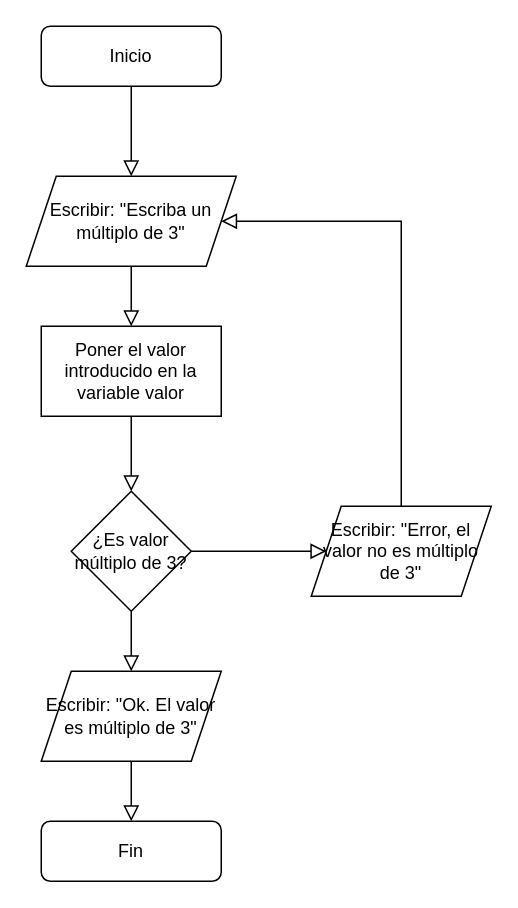
The draw.io diagram Diagramas de flujo/escribirMultiplo.drawio in Patriesc/LosBucles, before the edit. Source tidied: cells renumbered, new cells numbered last; positions are measured from the earlier drawing's top-left corner, leaving out a move shared by most shapes. Both pictures are drawn from the tidied source at 150%, with x=0, y=0 at pixel (26, 26).
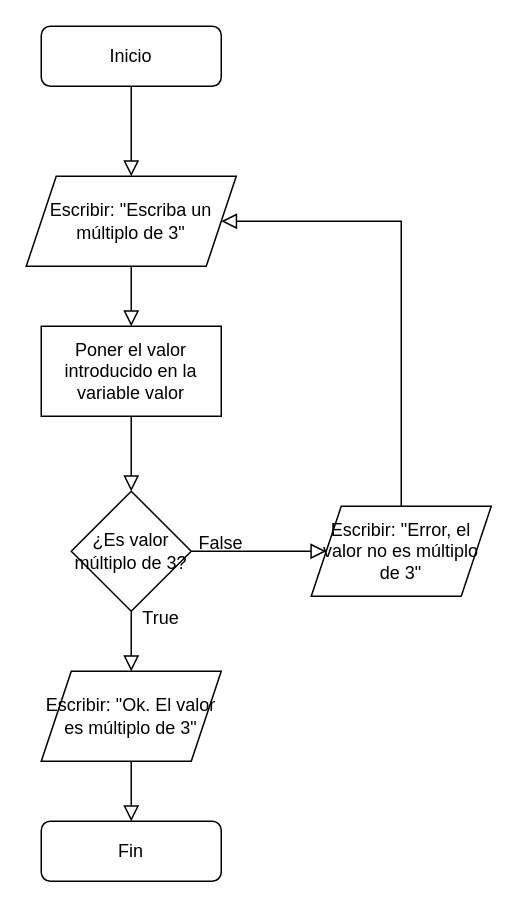
The same page after the edit.

Diff of the diagram source:
```diff
@@
+    <mxCell id="16" value="False" style="text;html=1;strokeColor=none;fillColor=none;align=center;verticalAlign=middle;whiteSpace=wrap;rounded=0;" parent="1" vertex="1">
+      <mxGeometry x="100" y="330" width="60" height="30" as="geometry" />
+    </mxCell>
+    <mxCell id="17" value="True" style="text;html=1;strokeColor=none;fillColor=none;align=center;verticalAlign=middle;whiteSpace=wrap;rounded=0;" parent="1" vertex="1">
+      <mxGeometry x="60" y="380" width="60" height="30" as="geometry" />
+    </mxCell>
```
